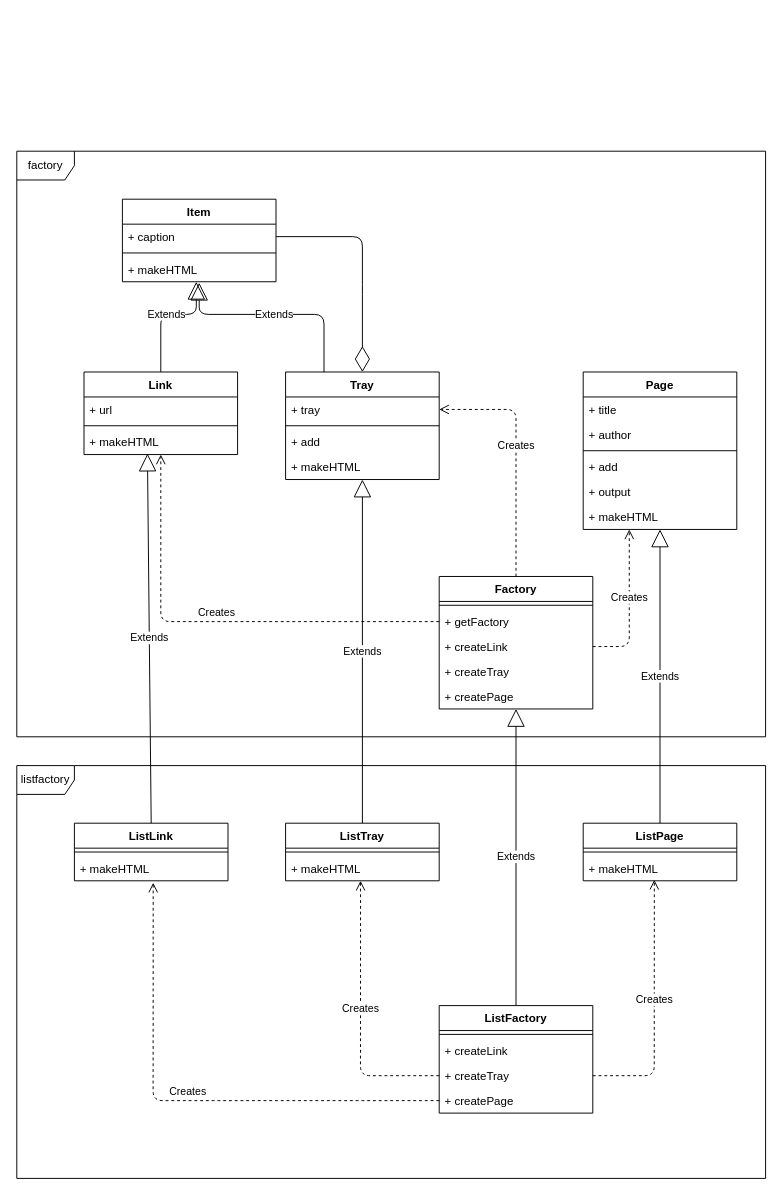
The draw.io diagram patterns/src/main/java/com/tenstone/leet/patterns/abstract_factory/abstractFactory.drawio in mozhou-tech/java-in-depth, before the edit. Source tidied: cells renumbered, new cells numbered last; positions are measured from the earlier drawing's top-left corner, leaving out a move shared by most shapes. Both pictures are drawn from the tidied source at 96%, with x=0, y=0 at pixel (16, 151).
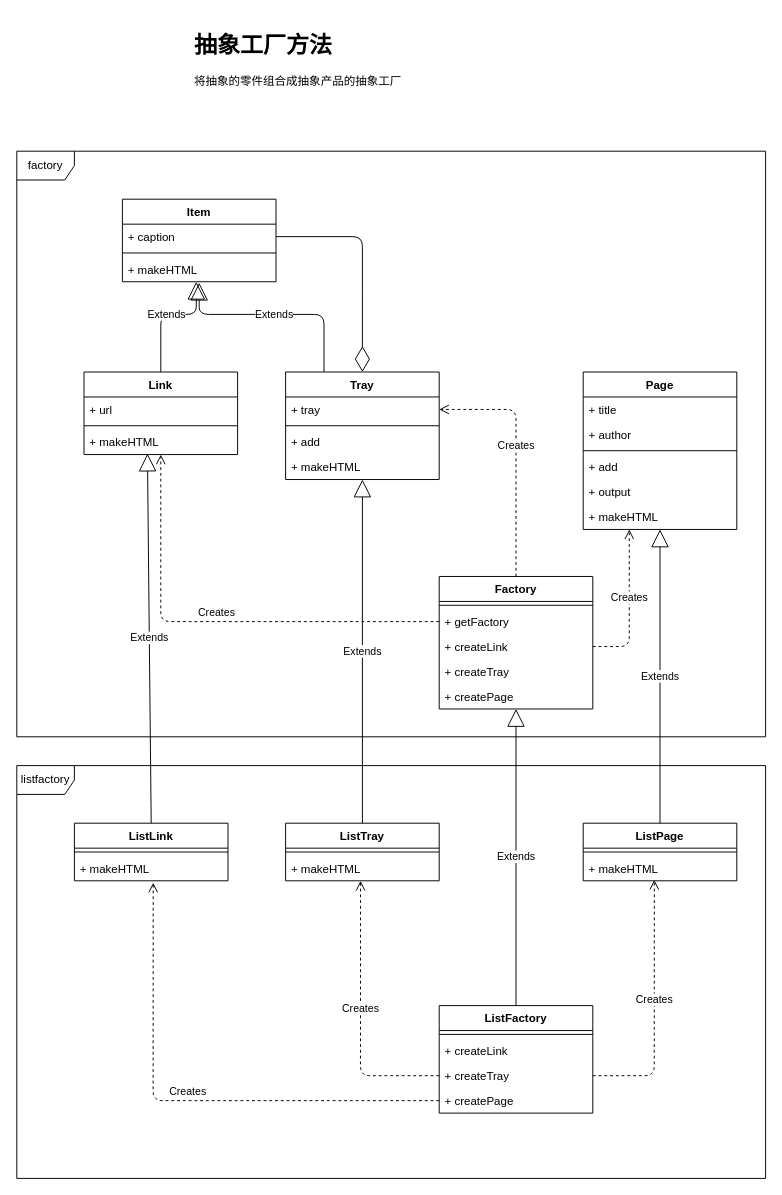
The same page after the edit.

Commit message:
abstract factory

What changed in the source:
```diff
@@
+    <mxCell id="57" value="&lt;h1&gt;抽象工厂方法&lt;/h1&gt;&lt;p&gt;将抽象的零件组合成抽象产品的抽象工厂&lt;/p&gt;" style="text;html=1;strokeColor=none;fillColor=none;spacing=5;spacingTop=-20;whiteSpace=wrap;overflow=hidden;rounded=0;" parent="1" vertex="1">
+      <mxGeometry x="180" y="-130" width="320" height="80" as="geometry" />
+    </mxCell>
```
